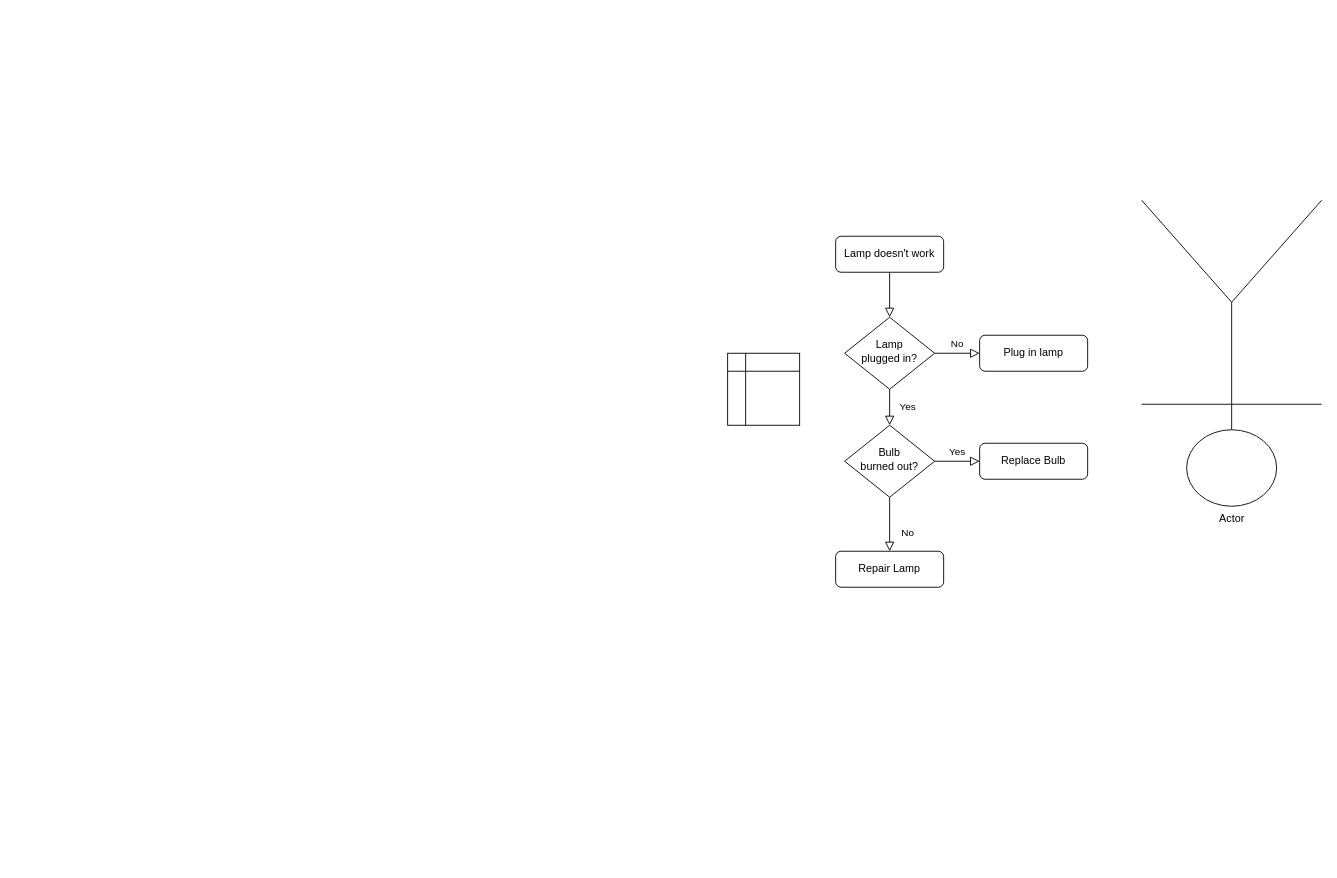
Earlier version of the draw.io diagram Untitled Diagram.drawio (sivaeceb102/RetailFlow). Source tidied: cells renumbered, new cells numbered last; positions are measured from the earlier drawing's top-left corner, leaving out a move shared by most shapes. Both pictures are drawn from the tidied source at 90%, with x=0, y=0 at pixel (727, 200).
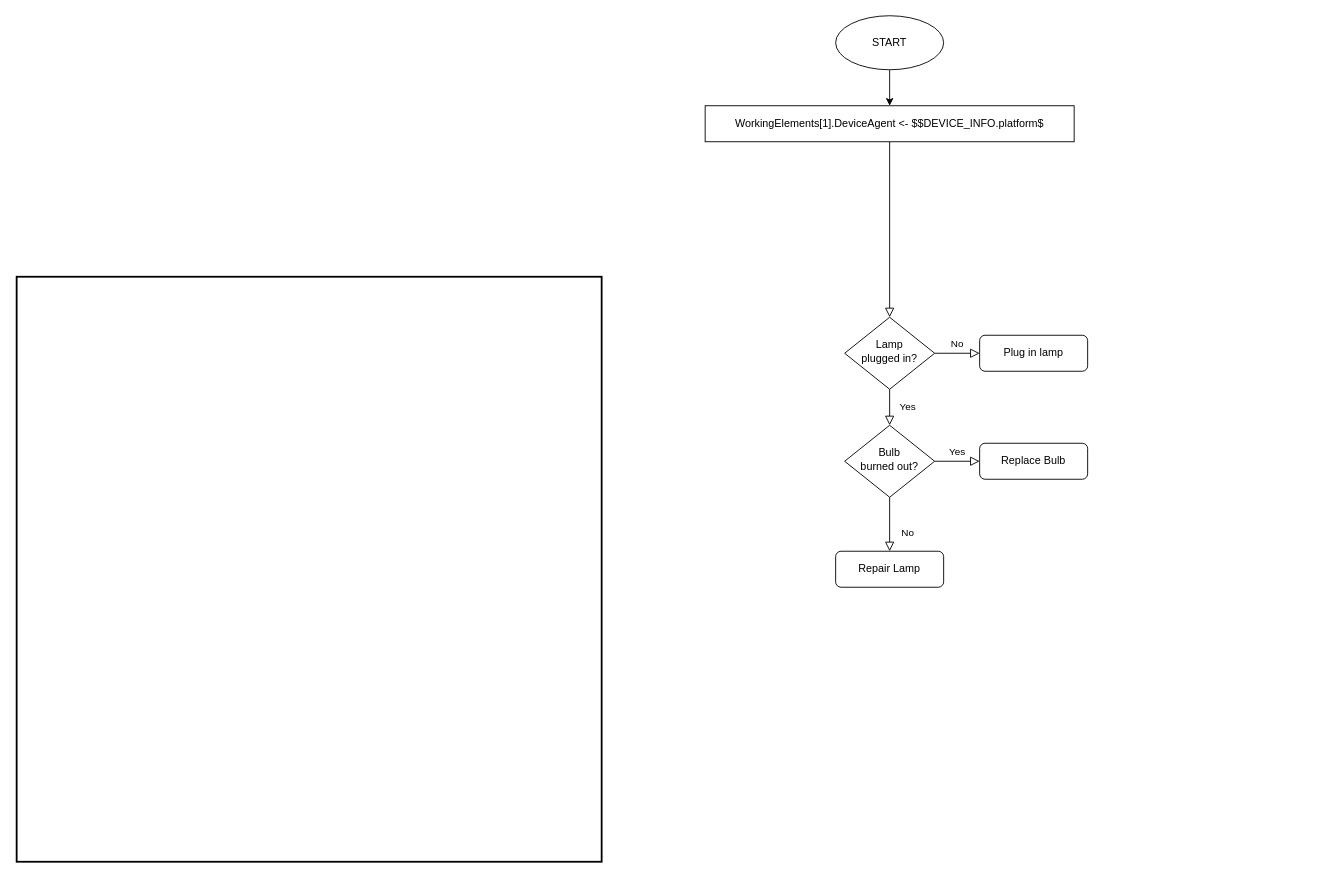
The same diagram, later.

What changed in the source:
```diff
@@
 <mxGraphModel>
   <root>
     <mxCell id="0" />
     <mxCell id="1" parent="0" />
     <mxCell id="2" style="rounded=0;html=1;jettySize=auto;fontSize=11;endArrow=block;endFill=0;endSize=8;strokeWidth=1;shadow=0;labelBackgroundColor=none;edgeStyle=orthogonalEdgeStyle;" parent="1" edge="1" source="3" target="6">
       <mxGeometry relative="1" as="geometry" />
     </mxCell>
-    <mxCell id="3" value="Lamp doesn't work" style="rounded=1;whiteSpace=wrap;html=1;fontSize=12;glass=0;strokeWidth=1;shadow=0;" parent="1" vertex="1">
-      <mxGeometry x="120" y="40" width="120" height="40" as="geometry" />
+    <mxCell id="3" value="WorkingElements[1].DeviceAgent &amp;lt;- $$DEVICE_INFO.platform$" style="rounded=0;whiteSpace=wrap;html=1;fontSize=12;glass=0;strokeWidth=1;shadow=0;sketch=0;" parent="1" vertex="1">
+      <mxGeometry x="-25" y="-105" width="410" height="40" as="geometry" />
     </mxCell>
     <mxCell id="4" value="Yes" style="rounded=0;html=1;jettySize=auto;fontSize=11;endArrow=block;endFill=0;endSize=8;strokeWidth=1;shadow=0;labelBackgroundColor=none;edgeStyle=orthogonalEdgeStyle;" parent="1" edge="1" source="6" target="10">
       <mxGeometry y="20" relative="1" as="geometry" />
     </mxCell>
     <mxCell id="5" value="No" style="edgeStyle=orthogonalEdgeStyle;rounded=0;html=1;jettySize=auto;fontSize=11;endArrow=block;endFill=0;endSize=8;strokeWidth=1;shadow=0;labelBackgroundColor=none;" parent="1" edge="1" source="6" target="7">
       <mxGeometry y="10" relative="1" as="geometry" />
     </mxCell>
     <mxCell id="6" value="Lamp&lt;br&gt;plugged in?" style="rhombus;whiteSpace=wrap;html=1;shadow=0;fontFamily=Helvetica;fontSize=12;align=center;strokeWidth=1;spacing=6;spacingTop=-4;" parent="1" vertex="1">
       <mxGeometry x="130" y="130" width="100" height="80" as="geometry" />
     </mxCell>
     <mxCell id="7" value="Plug in lamp" style="rounded=1;whiteSpace=wrap;html=1;fontSize=12;glass=0;strokeWidth=1;shadow=0;" parent="1" vertex="1">
       <mxGeometry x="280" y="150" width="120" height="40" as="geometry" />
     </mxCell>
     <mxCell id="8" value="No" style="rounded=0;html=1;jettySize=auto;fontSize=11;endArrow=block;endFill=0;endSize=8;strokeWidth=1;shadow=0;labelBackgroundColor=none;edgeStyle=orthogonalEdgeStyle;" parent="1" edge="1" source="10" target="11">
       <mxGeometry x="0.33" y="20" relative="1" as="geometry" />
     </mxCell>
     <mxCell id="9" value="Yes" style="edgeStyle=orthogonalEdgeStyle;rounded=0;html=1;jettySize=auto;fontSize=11;endArrow=block;endFill=0;endSize=8;strokeWidth=1;shadow=0;labelBackgroundColor=none;" parent="1" edge="1" source="10" target="12">
       <mxGeometry y="10" relative="1" as="geometry" />
     </mxCell>
     <mxCell id="10" value="Bulb&lt;br&gt;burned out?" style="rhombus;whiteSpace=wrap;html=1;shadow=0;fontFamily=Helvetica;fontSize=12;align=center;strokeWidth=1;spacing=6;spacingTop=-4;" parent="1" vertex="1">
       <mxGeometry x="130" y="250" width="100" height="80" as="geometry" />
     </mxCell>
     <mxCell id="11" value="Repair Lamp" style="rounded=1;whiteSpace=wrap;html=1;fontSize=12;glass=0;strokeWidth=1;shadow=0;" parent="1" vertex="1">
       <mxGeometry x="120" y="390" width="120" height="40" as="geometry" />
     </mxCell>
     <mxCell id="12" value="Replace Bulb" style="rounded=1;whiteSpace=wrap;html=1;fontSize=12;glass=0;strokeWidth=1;shadow=0;" parent="1" vertex="1">
       <mxGeometry x="280" y="270" width="120" height="40" as="geometry" />
     </mxCell>
-    <mxCell id="13" value="Actor" style="shape=umlActor;verticalLabelPosition=bottom;verticalAlign=top;html=1;direction=west;" parent="1" vertex="1">
-      <mxGeometry x="460" width="200" height="340" as="geometry" />
-    </mxCell>
-    <mxCell id="14" style="shape=internalStorage;whiteSpace=wrap;html=1;backgroundOutline=1;" parent="1" vertex="1">
-      <mxGeometry y="170" width="80" height="80" as="geometry" />
-    </mxCell>
+    <mxCell id="15" style="edgeStyle=orthogonalEdgeStyle;rounded=0;jettySize=auto;html=1;exitX=0.5;exitY=1;exitDx=0;exitDy=0;entryX=0.5;entryY=0;entryDx=0;entryDy=0;" parent="1" edge="1" source="16" target="3">
+      <mxGeometry relative="1" as="geometry" />
+    </mxCell>
+    <mxCell id="16" value="START" style="ellipse;whiteSpace=wrap;html=1;" parent="1" vertex="1">
+      <mxGeometry x="120" y="-205" width="120" height="60" as="geometry" />
+    </mxCell>
+    <mxCell id="17" style="whiteSpace=wrap;html=1;rounded=0;glass=0;sketch=0;fillColor=none;strokeWidth=2;" parent="1" vertex="1">
+      <mxGeometry x="-790" y="85" width="650" height="650" as="geometry" />
+    </mxCell>
   </root>
 </mxGraphModel>
```
